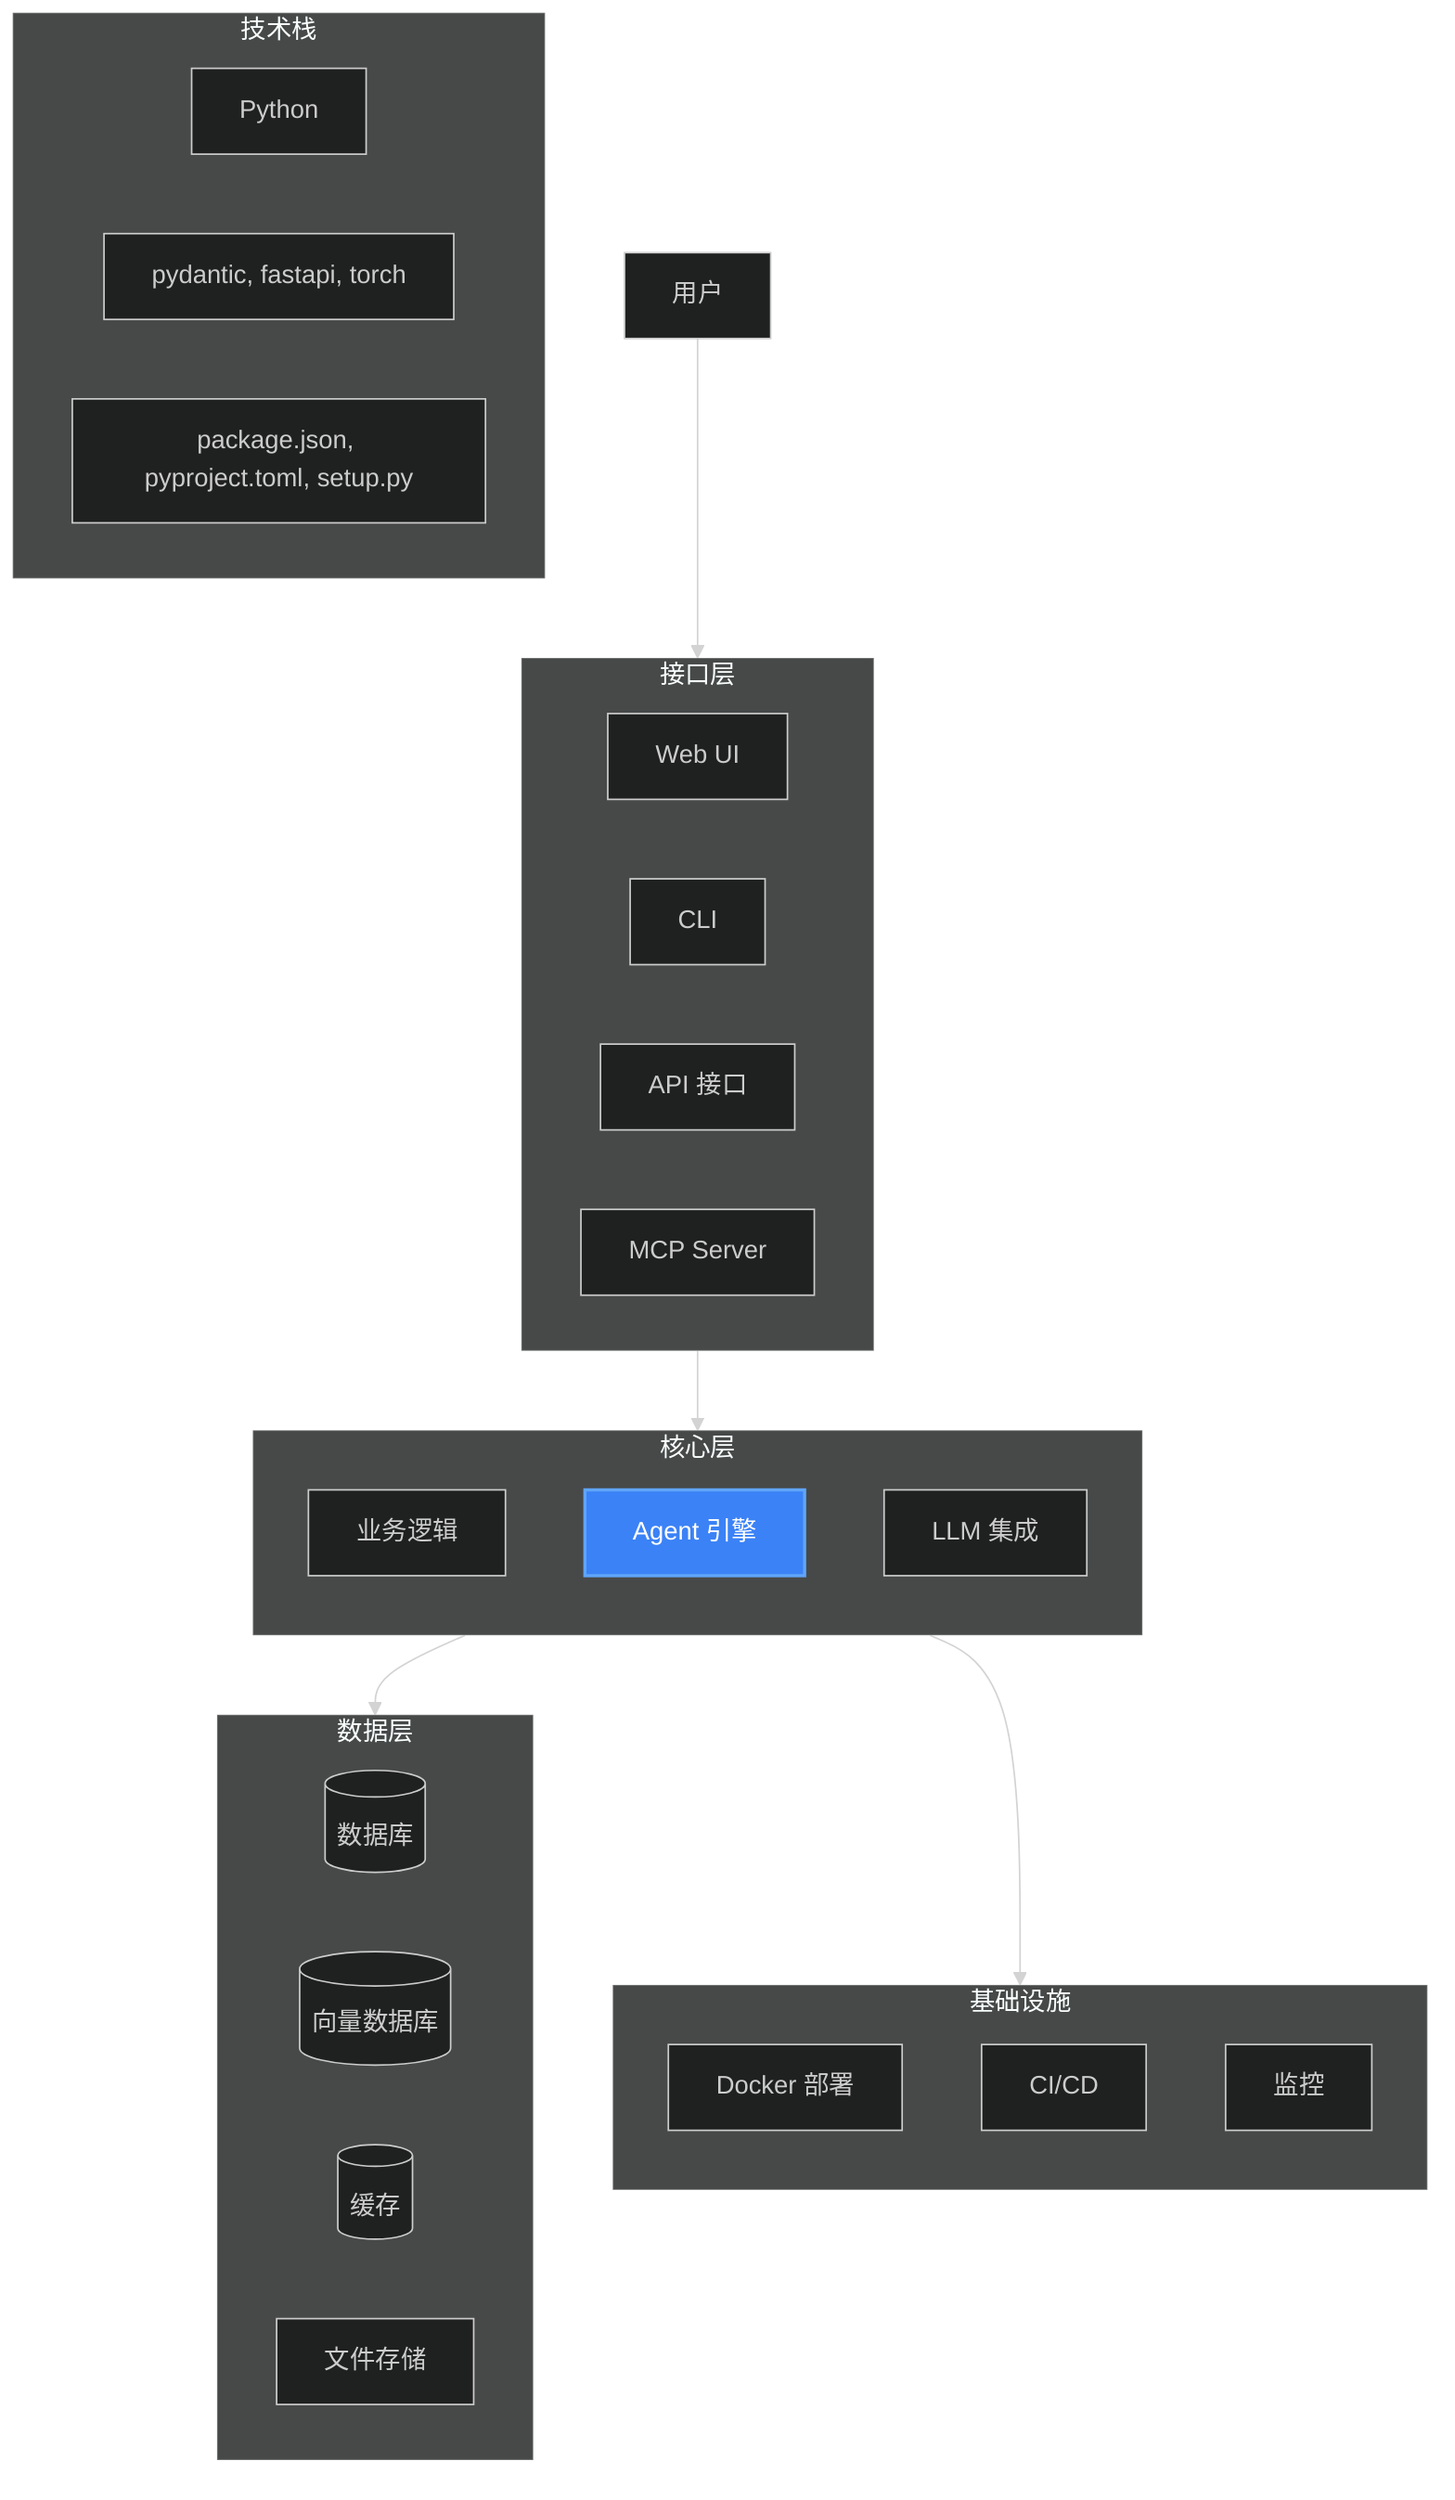
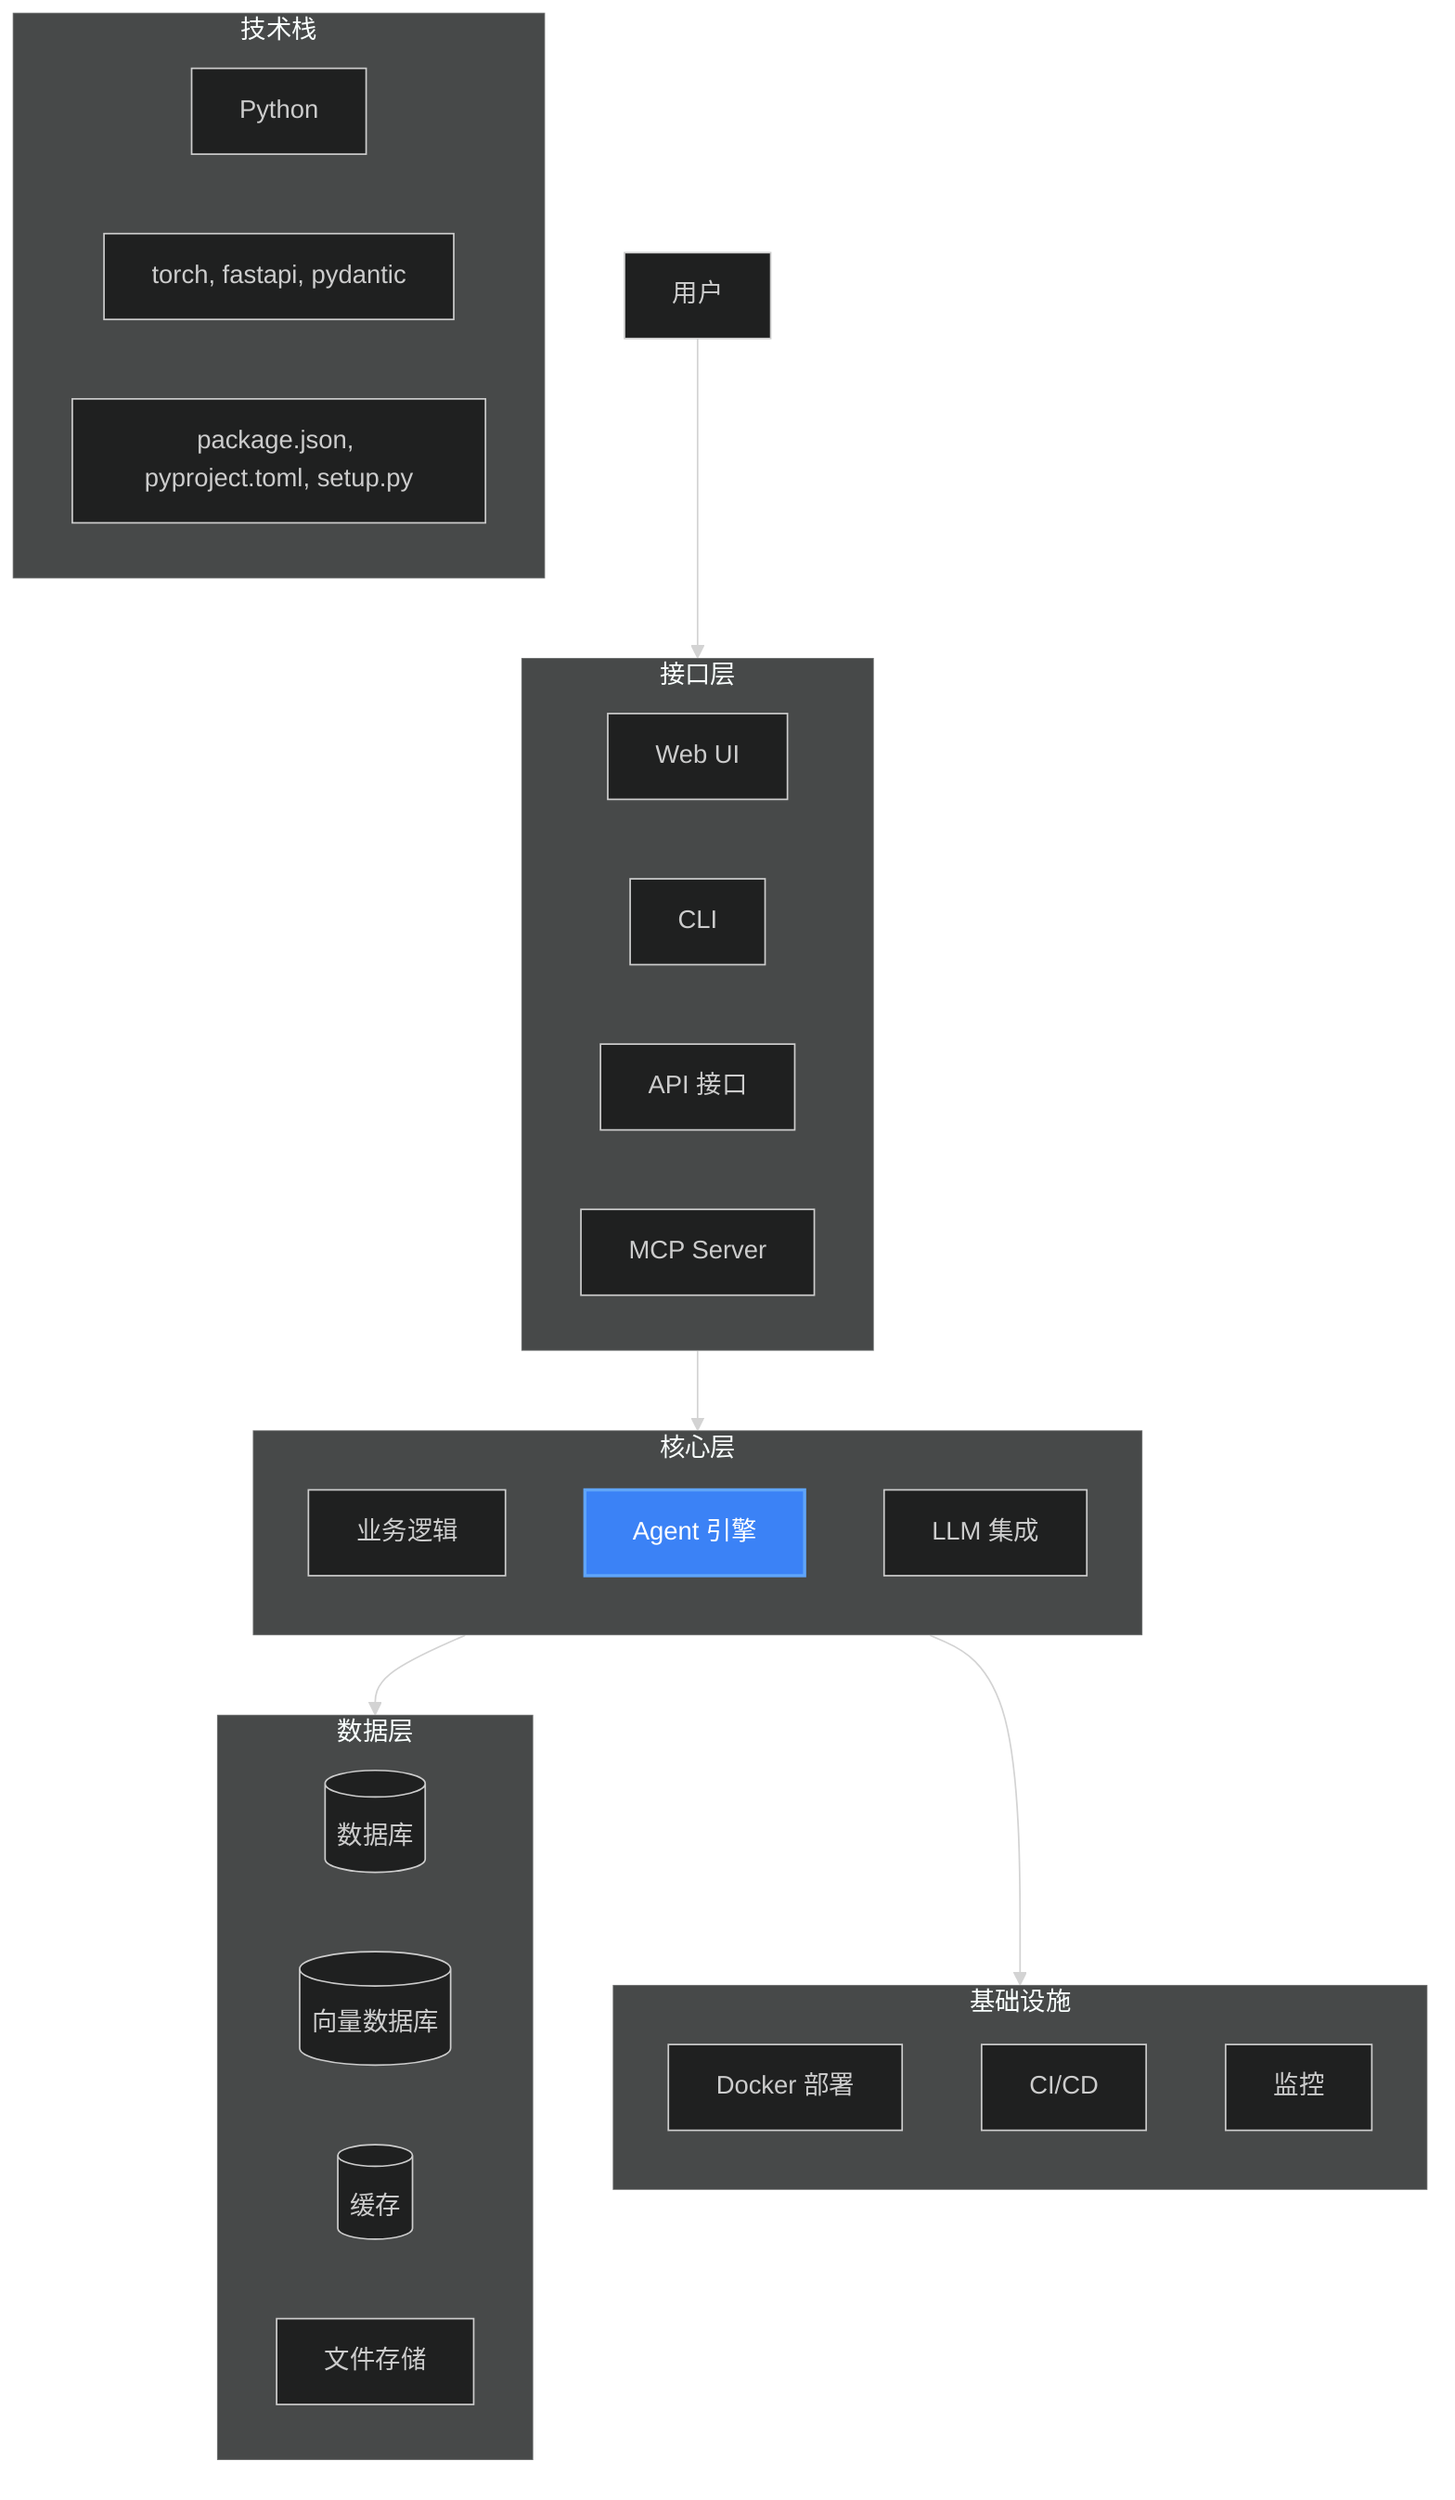
%%{init: {'theme': 'dark'}}%%
graph TB
    User[用户] --> Interface[接口层]

    subgraph Interface[接口层]
        direction LR
        WebUI[Web UI]
        CLI[CLI]
        API[API 接口]
        MCP[MCP Server]
    end

    subgraph Core[核心层]
        direction TB
        Business[业务逻辑]
        AgentEngine[Agent 引擎]:::highlight
        LLM[LLM 集成]
    end

    subgraph Data[数据层]
        direction LR
        Database[(数据库)]
        VectorDB[(向量数据库)]
        Cache[(缓存)]
        Files[文件存储]
    end

    subgraph Infra[基础设施]
        direction TB
        Docker[Docker 部署]
        CI/CD[CI/CD]
        Monitoring[监控]
    end

    Interface --> Core
    Core --> Data
    Core --> Infra

    classDef highlight fill:#3b82f6,stroke:#60a5fa,stroke-width:2px,color:white

    %% 技术栈信息
    subgraph TechStack[技术栈]
        direction LR
        Lang[Python]
-         FW[pydantic, fastapi, torch]
+         FW[torch, fastapi, pydantic]
        Deps[package.json, pyproject.toml, setup.py]
    end
